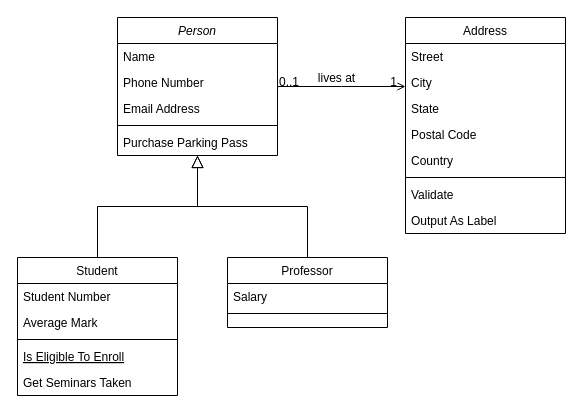
The draw.io diagram base de datos PR1.drawio in ryloq1/DBD, before the edit. Source tidied: cells renumbered, new cells numbered last; positions are measured from the earlier drawing's top-left corner, leaving out a move shared by most shapes. Both pictures are drawn from the tidied source at 100%, with x=0, y=0 at pixel (17, 17).
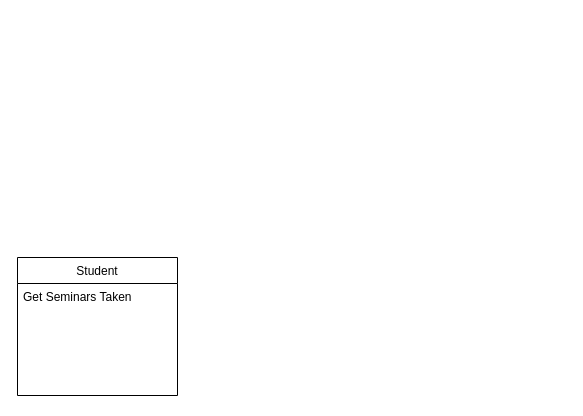
The same page after the edit.

Unchanged cells that the change refers to:
```xml
<mxCell id="8" value="Student" style="swimlane;fontStyle=0;align=center;verticalAlign=top;horizontal=1;startSize=26;rounded=0;shadow=0;strokeWidth=1;" parent="1" vertex="1">
  <mxGeometry y="240" width="160" height="138" as="geometry" />
</mxCell>
```

What changed in the source:
```diff
@@
-    <mxCell id="2" value="Person" style="swimlane;fontStyle=2;align=center;verticalAlign=top;horizontal=1;startSize=26;rounded=0;shadow=0;strokeWidth=1;" parent="1" vertex="1">
-      <mxGeometry x="100" width="160" height="138" as="geometry" />
-    </mxCell>
-    <mxCell id="3" value="Name" style="text;align=left;verticalAlign=top;spacingLeft=4;spacingRight=4;overflow=hidden;" parent="2" vertex="1">
-      <mxGeometry y="26" width="160" height="26" as="geometry" />
-    </mxCell>
-    <mxCell id="4" value="Phone Number" style="text;align=left;verticalAlign=top;spacingLeft=4;spacingRight=4;overflow=hidden;rounded=0;shadow=0;html=0;" parent="2" vertex="1">
-      <mxGeometry y="52" width="160" height="26" as="geometry" />
-    </mxCell>
-    <mxCell id="5" value="Email Address" style="text;align=left;verticalAlign=top;spacingLeft=4;spacingRight=4;overflow=hidden;rounded=0;shadow=0;html=0;" parent="2" vertex="1">
-      <mxGeometry y="78" width="160" height="26" as="geometry" />
-    </mxCell>
-    <mxCell id="6" style="line;html=1;strokeWidth=1;align=left;verticalAlign=middle;spacingTop=-1;spacingLeft=3;spacingRight=3;labelPosition=right;" parent="2" vertex="1">
-      <mxGeometry y="104" width="160" height="8" as="geometry" />
-    </mxCell>
-    <mxCell id="7" value="Purchase Parking Pass" style="text;align=left;verticalAlign=top;spacingLeft=4;spacingRight=4;overflow=hidden;" parent="2" vertex="1">
-      <mxGeometry y="112" width="160" height="26" as="geometry" />
-    </mxCell>
@@
-    <mxCell id="9" value="Student Number" style="text;align=left;verticalAlign=top;spacingLeft=4;spacingRight=4;overflow=hidden;" parent="8" vertex="1">
-      <mxGeometry y="26" width="160" height="26" as="geometry" />
-    </mxCell>
-    <mxCell id="10" value="Average Mark" style="text;align=left;verticalAlign=top;spacingLeft=4;spacingRight=4;overflow=hidden;rounded=0;shadow=0;html=0;" parent="8" vertex="1">
-      <mxGeometry y="52" width="160" height="26" as="geometry" />
-    </mxCell>
-    <mxCell id="11" style="line;html=1;strokeWidth=1;align=left;verticalAlign=middle;spacingTop=-1;spacingLeft=3;spacingRight=3;labelPosition=right;" parent="8" vertex="1">
-      <mxGeometry y="78" width="160" height="8" as="geometry" />
-    </mxCell>
-    <mxCell id="12" value="Is Eligible To Enroll" style="text;align=left;verticalAlign=top;spacingLeft=4;spacingRight=4;overflow=hidden;fontStyle=4;" parent="8" vertex="1">
-      <mxGeometry y="86" width="160" height="26" as="geometry" />
-    </mxCell>
     <mxCell id="13" value="Get Seminars Taken" style="text;align=left;verticalAlign=top;spacingLeft=4;spacingRight=4;overflow=hidden;" parent="8" vertex="1">
-      <mxGeometry y="112" width="160" height="26" as="geometry" />
+      <mxGeometry y="26" width="160" height="26" as="geometry" />
     </mxCell>
-    <mxCell id="14" style="endArrow=block;endSize=10;endFill=0;shadow=0;strokeWidth=1;rounded=0;edgeStyle=elbowEdgeStyle;elbow=vertical;" parent="1" edge="1" source="8" target="2">
-      <mxGeometry relative="1" as="geometry" />
-    </mxCell>
-    <mxCell id="15" value="Professor" style="swimlane;fontStyle=0;align=center;verticalAlign=top;horizontal=1;startSize=26;rounded=0;shadow=0;strokeWidth=1;" parent="1" vertex="1">
-      <mxGeometry x="210" y="240" width="160" height="70" as="geometry" />
-    </mxCell>
-    <mxCell id="16" value="Salary" style="text;align=left;verticalAlign=top;spacingLeft=4;spacingRight=4;overflow=hidden;" parent="15" vertex="1">
-      <mxGeometry y="26" width="160" height="26" as="geometry" />
-    </mxCell>
-    <mxCell id="17" style="line;html=1;strokeWidth=1;align=left;verticalAlign=middle;spacingTop=-1;spacingLeft=3;spacingRight=3;labelPosition=right;" parent="15" vertex="1">
-      <mxGeometry y="52" width="160" height="8" as="geometry" />
-    </mxCell>
-    <mxCell id="18" style="endArrow=block;endSize=10;endFill=0;shadow=0;strokeWidth=1;rounded=0;edgeStyle=elbowEdgeStyle;elbow=vertical;" parent="1" edge="1" source="15" target="2">
-      <mxGeometry relative="1" as="geometry" />
-    </mxCell>
-    <mxCell id="19" value="Address" style="swimlane;fontStyle=0;align=center;verticalAlign=top;horizontal=1;startSize=26;rounded=0;shadow=0;strokeWidth=1;" parent="1" vertex="1">
-      <mxGeometry x="388" width="160" height="216" as="geometry" />
-    </mxCell>
-    <mxCell id="20" value="Street" style="text;align=left;verticalAlign=top;spacingLeft=4;spacingRight=4;overflow=hidden;" parent="19" vertex="1">
-      <mxGeometry y="26" width="160" height="26" as="geometry" />
-    </mxCell>
-    <mxCell id="21" value="City" style="text;align=left;verticalAlign=top;spacingLeft=4;spacingRight=4;overflow=hidden;rounded=0;shadow=0;html=0;" parent="19" vertex="1">
-      <mxGeometry y="52" width="160" height="26" as="geometry" />
-    </mxCell>
-    <mxCell id="22" value="State" style="text;align=left;verticalAlign=top;spacingLeft=4;spacingRight=4;overflow=hidden;rounded=0;shadow=0;html=0;" parent="19" vertex="1">
-      <mxGeometry y="78" width="160" height="26" as="geometry" />
-    </mxCell>
-    <mxCell id="23" value="Postal Code" style="text;align=left;verticalAlign=top;spacingLeft=4;spacingRight=4;overflow=hidden;rounded=0;shadow=0;html=0;" parent="19" vertex="1">
-      <mxGeometry y="104" width="160" height="26" as="geometry" />
-    </mxCell>
-    <mxCell id="24" value="Country" style="text;align=left;verticalAlign=top;spacingLeft=4;spacingRight=4;overflow=hidden;rounded=0;shadow=0;html=0;" parent="19" vertex="1">
-      <mxGeometry y="130" width="160" height="26" as="geometry" />
-    </mxCell>
-    <mxCell id="25" style="line;html=1;strokeWidth=1;align=left;verticalAlign=middle;spacingTop=-1;spacingLeft=3;spacingRight=3;labelPosition=right;" parent="19" vertex="1">
-      <mxGeometry y="156" width="160" height="8" as="geometry" />
-    </mxCell>
-    <mxCell id="26" value="Validate" style="text;align=left;verticalAlign=top;spacingLeft=4;spacingRight=4;overflow=hidden;" parent="19" vertex="1">
-      <mxGeometry y="164" width="160" height="26" as="geometry" />
-    </mxCell>
-    <mxCell id="27" value="Output As Label" style="text;align=left;verticalAlign=top;spacingLeft=4;spacingRight=4;overflow=hidden;" parent="19" vertex="1">
-      <mxGeometry y="190" width="160" height="26" as="geometry" />
-    </mxCell>
-    <mxCell id="28" style="endArrow=open;shadow=0;strokeWidth=1;rounded=0;endFill=1;edgeStyle=elbowEdgeStyle;elbow=vertical;" parent="1" edge="1" source="2" target="19">
-      <mxGeometry x="0.5" y="41" relative="1" as="geometry">
-        <mxPoint x="-40" y="32" as="offset" />
-      </mxGeometry>
-    </mxCell>
-    <mxCell id="29" value="0..1" style="align=left;verticalAlign=bottom;labelBackgroundColor=none;fontSize=12;" parent="28" vertex="1">
-      <mxGeometry x="-1" relative="1" as="geometry">
-        <mxPoint y="4" as="offset" />
-      </mxGeometry>
-    </mxCell>
-    <mxCell id="30" value="1" style="align=right;verticalAlign=bottom;labelBackgroundColor=none;fontSize=12;" parent="28" vertex="1">
-      <mxGeometry x="1" relative="1" as="geometry">
-        <mxPoint x="-7" y="4" as="offset" />
-      </mxGeometry>
-    </mxCell>
-    <mxCell id="31" value="lives at" style="text;html=1;align=center;verticalAlign=middle;labelBackgroundColor=none;rounded=0;shadow=0;strokeWidth=1;fontSize=12;" parent="28" vertex="1">
-      <mxGeometry x="0.5" y="49" relative="1" as="geometry">
-        <mxPoint x="-38" y="40" as="offset" />
-      </mxGeometry>
-    </mxCell>
```
